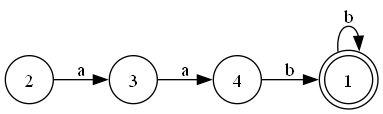
Before: output/min-dfa/min-dfa.gv.png, a diagram exported from Graphviz (ZiadSheriif/AutoMajestic). Its source is kept beside it as output/min-dfa/min-dfa.gv.
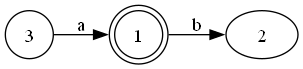
The same diagram one commit later.

Diff of the diagram source:
```diff
@@ -1,11 +1,7 @@
 digraph MIN_DFA {
 	1 [shape=doublecircle]
-	1 -> 1 [label=b]
-	2 [shape=circle]
-	2 -> 3 [label=a]
+	1 -> 2 [label=b]
 	3 [shape=circle]
-	3 -> 4 [label=a]
-	4 [shape=circle]
-	4 -> 1 [label=b]
+	3 -> 1 [label=a]
 	rankdir=LR
 }
```
